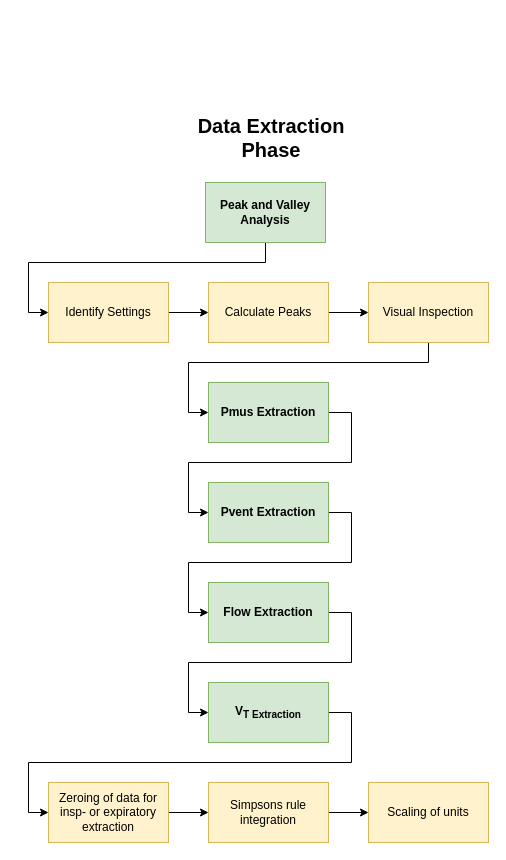
The draw.io diagram Figures/Data_Extraction_Phase.drawio in lleuch18/P9, before the edit. Source tidied: cells renumbered, new cells numbered last; positions are measured from the earlier drawing's top-left corner, leaving out a move shared by most shapes. Both pictures are drawn from the tidied source at 100%, with x=0, y=0 at pixel (28, 122).
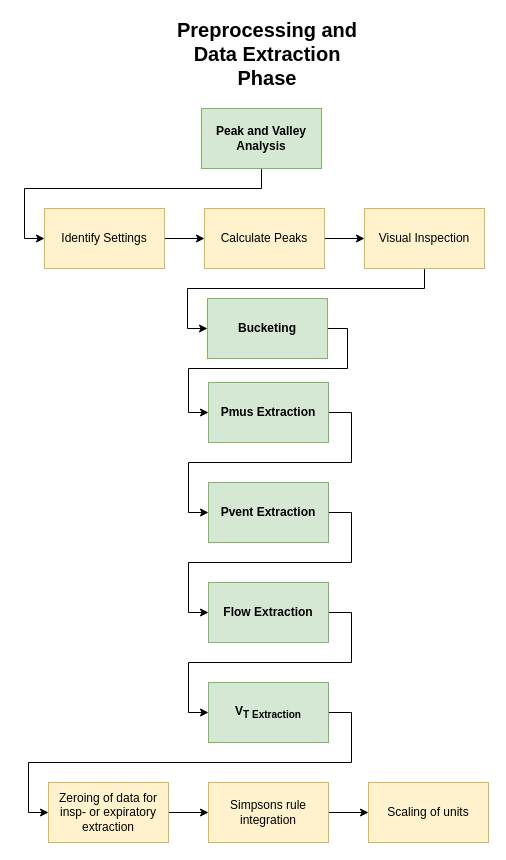
The same diagram, later.

The change refers to these unchanged cells:
```xml
<mxCell id="11" value="&lt;b&gt;Pmus Extraction&lt;/b&gt;" style="rounded=0;whiteSpace=wrap;html=1;fillColor=#d5e8d4;strokeColor=#82b366;" parent="1" vertex="1">
  <mxGeometry x="180" y="260" width="120" height="60" as="geometry" />
</mxCell>
```

The edit, as a diff of the source:
```diff
@@
     <mxCell id="2" style="edgeStyle=orthogonalEdgeStyle;rounded=0;jettySize=auto;html=1;entryX=0;entryY=0.5;entryDx=0;entryDy=0;" parent="1" edge="1" source="3" target="5">
       <mxGeometry relative="1" as="geometry">
         <Array as="points">
-          <mxPoint x="237" y="140" />
-          <mxPoint y="140" />
-          <mxPoint y="190" />
+          <mxPoint x="233" y="66" />
+          <mxPoint x="-4" y="66" />
+          <mxPoint x="-4" y="116" />
         </Array>
       </mxGeometry>
     </mxCell>
     <mxCell id="3" value="&lt;b&gt;Peak and Valley Analysis&lt;/b&gt;" style="rounded=0;whiteSpace=wrap;html=1;fillColor=#d5e8d4;strokeColor=#82b366;" parent="1" vertex="1">
-      <mxGeometry x="177" y="60" width="120" height="60" as="geometry" />
+      <mxGeometry x="173" y="-14" width="120" height="60" as="geometry" />
     </mxCell>
@@
     <mxCell id="5" value="Identify Settings" style="rounded=0;whiteSpace=wrap;html=1;fillColor=#fff2cc;strokeColor=#d6b656;" parent="1" vertex="1">
-      <mxGeometry x="20" y="160" width="120" height="60" as="geometry" />
+      <mxGeometry x="16" y="86" width="120" height="60" as="geometry" />
     </mxCell>
@@
     <mxCell id="7" value="Calculate Peaks" style="rounded=0;whiteSpace=wrap;html=1;fillColor=#fff2cc;strokeColor=#d6b656;" parent="1" vertex="1">
-      <mxGeometry x="180" y="160" width="120" height="60" as="geometry" />
+      <mxGeometry x="176" y="86" width="120" height="60" as="geometry" />
     </mxCell>
-    <mxCell id="8" style="edgeStyle=orthogonalEdgeStyle;rounded=0;jettySize=auto;html=1;entryX=0;entryY=0.5;entryDx=0;entryDy=0;" parent="1" edge="1" source="9" target="11">
-      <mxGeometry relative="1" as="geometry">
-        <Array as="points">
-          <mxPoint x="400" y="240" />
-          <mxPoint x="160" y="240" />
-          <mxPoint x="160" y="290" />
-        </Array>
-      </mxGeometry>
-    </mxCell>
+    <mxCell id="24" style="edgeStyle=orthogonalEdgeStyle;rounded=0;jettySize=auto;html=1;entryX=0;entryY=0.5;entryDx=0;entryDy=0;" parent="1" edge="1" source="9" target="26">
+      <mxGeometry relative="1" as="geometry">
+        <Array as="points">
+          <mxPoint x="396" y="166" />
+          <mxPoint x="159" y="166" />
+          <mxPoint x="159" y="206" />
+        </Array>
+      </mxGeometry>
+    </mxCell>
     <mxCell id="9" value="Visual Inspection" style="rounded=0;whiteSpace=wrap;html=1;fillColor=#fff2cc;strokeColor=#d6b656;" parent="1" vertex="1">
-      <mxGeometry x="340" y="160" width="120" height="60" as="geometry" />
+      <mxGeometry x="336" y="86" width="120" height="60" as="geometry" />
     </mxCell>
@@
-    <mxCell id="23" value="&lt;font style=&quot;font-size: 20px;&quot;&gt;Data Extraction Phase&lt;/font&gt;" style="text;html=1;strokeColor=none;fillColor=none;align=center;verticalAlign=middle;whiteSpace=wrap;rounded=0;fontStyle=1;" parent="1" vertex="1">
-      <mxGeometry x="163" width="160" height="30" as="geometry" />
+    <mxCell id="23" value="&lt;font style=&quot;font-size: 20px;&quot;&gt;Preprocessing and Data Extraction Phase&lt;/font&gt;" style="text;html=1;strokeColor=none;fillColor=none;align=center;verticalAlign=middle;whiteSpace=wrap;rounded=0;fontStyle=1;" parent="1" vertex="1">
+      <mxGeometry x="134" y="-84" width="210" height="30" as="geometry" />
     </mxCell>
+    <mxCell id="25" style="edgeStyle=orthogonalEdgeStyle;rounded=0;jettySize=auto;html=1;entryX=0;entryY=0.5;entryDx=0;entryDy=0;" parent="1" edge="1" source="26" target="11">
+      <mxGeometry relative="1" as="geometry">
+        <Array as="points">
+          <mxPoint x="319" y="206" />
+          <mxPoint x="319" y="246" />
+          <mxPoint x="160" y="246" />
+          <mxPoint x="160" y="290" />
+        </Array>
+      </mxGeometry>
+    </mxCell>
+    <mxCell id="26" value="&lt;b&gt;Bucketing&lt;/b&gt;" style="rounded=0;whiteSpace=wrap;html=1;fillColor=#d5e8d4;strokeColor=#82b366;" parent="1" vertex="1">
+      <mxGeometry x="179" y="176" width="120" height="60" as="geometry" />
+    </mxCell>
```
